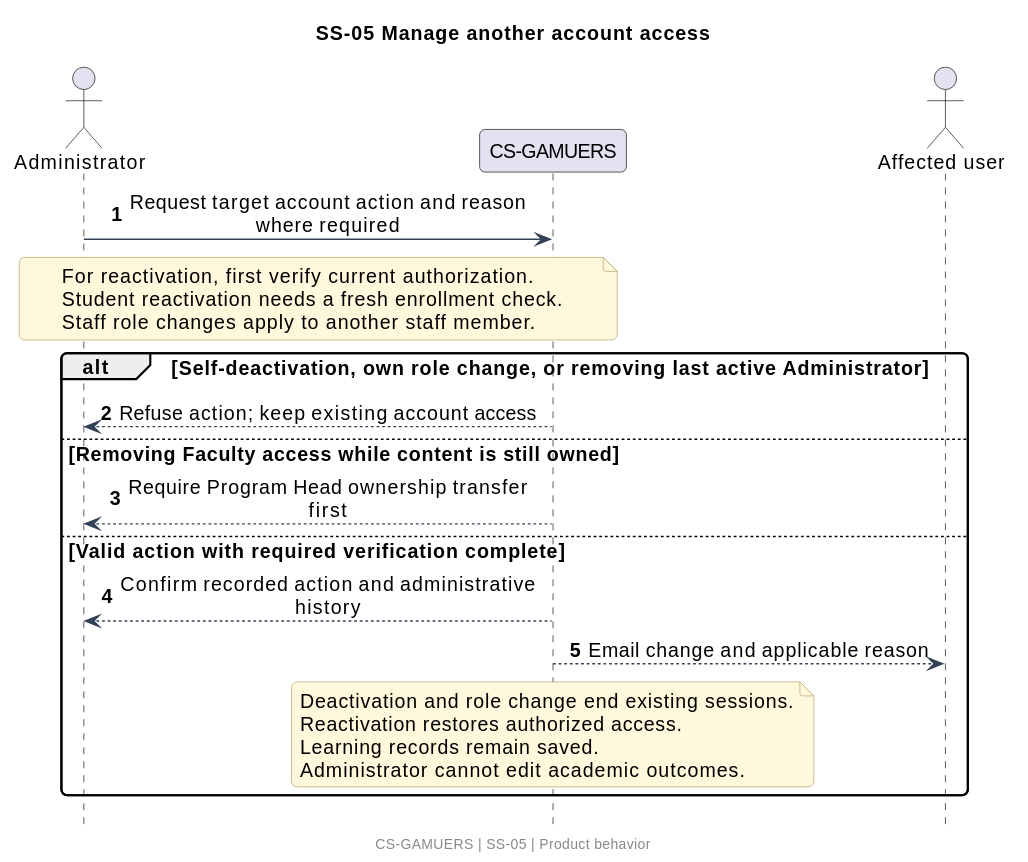
Above: docs/diagrams/system-sequences/ss-05.svg in noelorph/cs-gamuers (PlantUML), before the change. Source of this version:
```plantuml
@startuml
!pragma layout smetana
skinparam backgroundColor white
skinparam shadowing false
skinparam defaultFontName SansSerif
skinparam defaultFontSize 14
skinparam ArrowColor #334155
skinparam BorderColor #334155
skinparam NoteBackgroundColor #FFF8DC
skinparam NoteBorderColor #B6A16C
skinparam roundcorner 8
skinparam sequenceMessageAlign center
skinparam maxMessageSize 300
title SS-05  Manage another account access
hide footbox
autonumber

actor "Administrator" as A
participant "CS-GAMUERS" as S
actor "Affected user" as U
A -> S: Request target account action and reason where required
note over A,S
For reactivation, first verify current authorization.
Student reactivation needs a fresh enrollment check.
Staff role changes apply to another staff member.
end note
alt Self-deactivation, own role change, or removing last active Administrator
  S --> A: Refuse action; keep existing account access
else Removing Faculty access while content is still owned
  S --> A: Require Program Head ownership transfer first
else Valid action with required verification complete
  S --> A: Confirm recorded action and administrative history
  S --> U: Email change and applicable reason
  note over S
  Deactivation and role change end existing sessions.
  Reactivation restores authorized access.
  Learning records remain saved.
  Administrator cannot edit academic outcomes.
  end note
end
footer CS-GAMUERS | SS-05 | Product behavior
@enduml
```
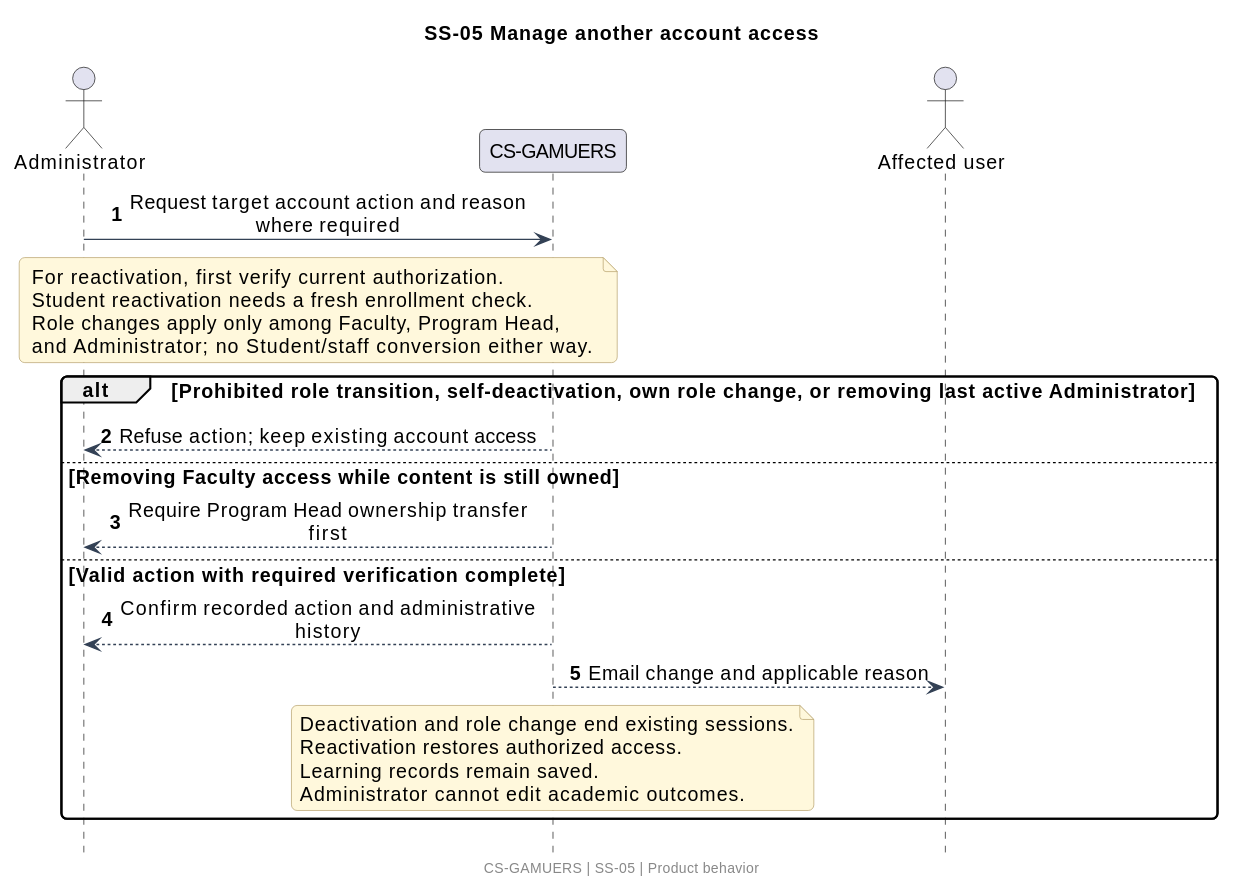
Later version of the same file.

Change to the diagram source:
```diff
@@ -22,9 +22,10 @@
 note over A,S
 For reactivation, first verify current authorization.
 Student reactivation needs a fresh enrollment check.
-Staff role changes apply to another staff member.
+Role changes apply only among Faculty, Program Head,
+and Administrator; no Student/staff conversion either way.
 end note
-alt Self-deactivation, own role change, or removing last active Administrator
+alt Prohibited role transition, self-deactivation, own role change, or removing last active Administrator
   S --> A: Refuse action; keep existing account access
 else Removing Faculty access while content is still owned
   S --> A: Require Program Head ownership transfer first
```
